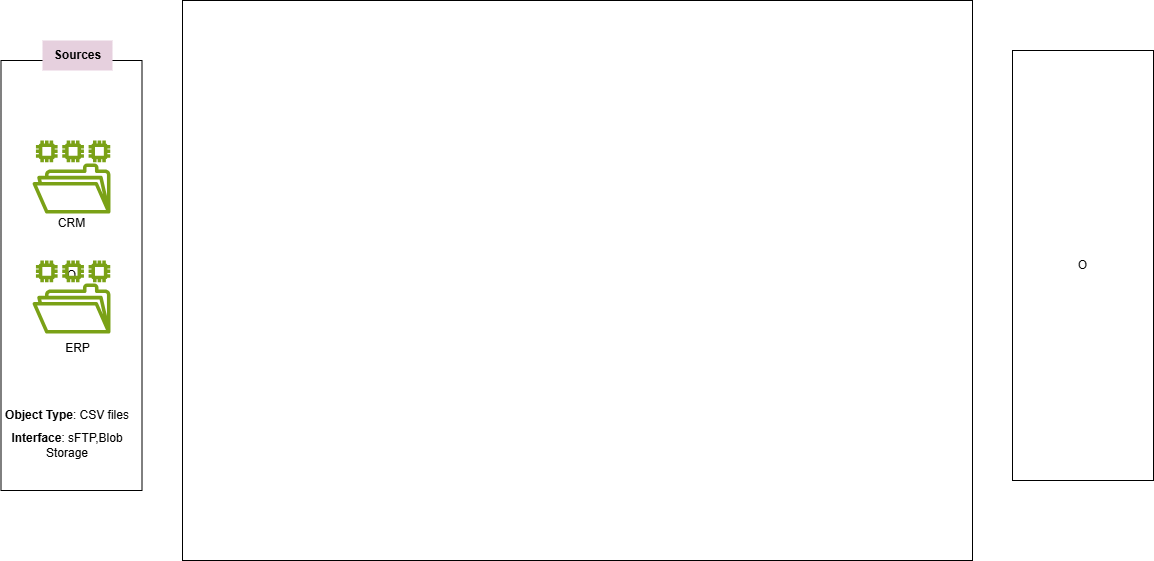
Above: Datawarehouse_Architecture.png in PRAKHER0522/SQL_DATABASE (draw.io), before the change. Source tidied: cells renumbered, new cells last; positions are measured from the earlier drawing's top-left corner, leaving out a move shared by most shapes. Source of this version:
```xml
<mxGraphModel>
  <root>
    <mxCell id="0" />
    <mxCell id="1" parent="0" />
    <mxCell id="2" value="O" style="rounded=0;whiteSpace=wrap;html=1;" parent="1" vertex="1">
      <mxGeometry x="0.5" y="60" width="141" height="430" as="geometry" />
    </mxCell>
    <mxCell id="3" style="sketch=0;fontColor=#232F3E;gradientColor=none;fillColor=#7AA116;strokeColor=none;dashed=0;verticalLabelPosition=bottom;verticalAlign=top;align=center;html=1;fontSize=12;fontStyle=0;shape=mxgraph.aws4.file_system;" parent="1" vertex="1">
      <mxGeometry x="32" y="140" width="78" height="73" as="geometry" />
    </mxCell>
    <mxCell id="4" style="sketch=0;fontColor=#232F3E;gradientColor=none;fillColor=#7AA116;strokeColor=none;dashed=0;verticalLabelPosition=bottom;verticalAlign=top;align=center;html=1;fontSize=12;fontStyle=0;shape=mxgraph.aws4.file_system;" parent="1" vertex="1">
      <mxGeometry x="32" y="260" width="78" height="73" as="geometry" />
    </mxCell>
    <mxCell id="5" value="CRM" style="text;html=1;align=center;verticalAlign=middle;strokeColor=none;fillColor=none;" parent="1" vertex="1">
      <mxGeometry x="46" y="208" width="50" height="30" as="geometry" />
    </mxCell>
    <mxCell id="6" value="ERP" style="text;html=1;align=center;verticalAlign=middle;strokeColor=none;fillColor=none;" parent="1" vertex="1">
      <mxGeometry x="52" y="333" width="50" height="30" as="geometry" />
    </mxCell>
    <mxCell id="7" value="&lt;b&gt;Sources&lt;/b&gt;" style="text;html=1;align=center;verticalAlign=middle;strokeColor=none;fillColor=#E6D0DE;" parent="1" vertex="1">
      <mxGeometry x="42" y="40" width="70" height="30" as="geometry" />
    </mxCell>
    <mxCell id="8" value="&lt;b&gt;Object Type&lt;/b&gt;: CSV files" style="text;strokeColor=none;align=center;fillColor=none;html=1;verticalAlign=middle;whiteSpace=wrap;rounded=0;" parent="1" vertex="1">
      <mxGeometry x="2" y="400" width="130" height="30" as="geometry" />
    </mxCell>
    <mxCell id="9" value="&lt;b&gt;Interface&lt;/b&gt;: sFTP,Blob Storage" style="text;strokeColor=none;align=center;fillColor=none;html=1;verticalAlign=middle;whiteSpace=wrap;rounded=0;" parent="1" vertex="1">
      <mxGeometry x="2" y="430" width="130" height="30" as="geometry" />
    </mxCell>
    <mxCell id="10" style="rounded=0;whiteSpace=wrap;html=1;" parent="1" vertex="1">
      <mxGeometry x="182" width="790" height="560" as="geometry" />
    </mxCell>
    <mxCell id="11" value="O" style="rounded=0;whiteSpace=wrap;html=1;" parent="1" vertex="1">
      <mxGeometry x="1012" y="50" width="141" height="430" as="geometry" />
    </mxCell>
  </root>
</mxGraphModel>
```
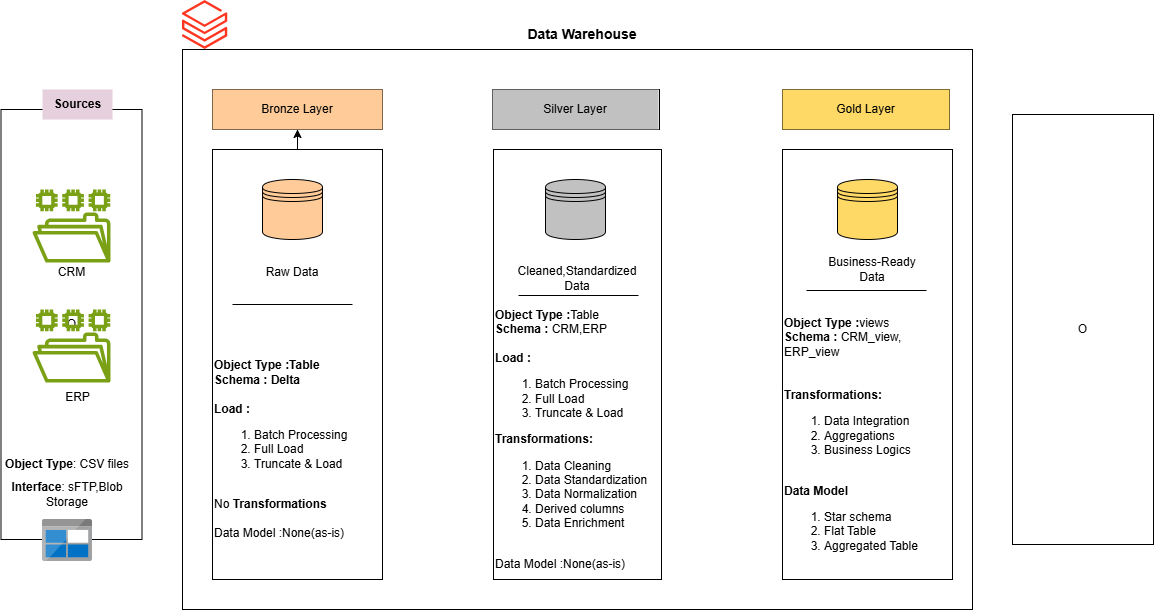
Above is the later version.

Diff of the diagram source:
```diff
@@ -30,7 +30,82 @@
       <mxGeometry x="182" width="790" height="560" as="geometry" />
     </mxCell>
     <mxCell id="11" value="O" style="rounded=0;whiteSpace=wrap;html=1;" parent="1" vertex="1">
-      <mxGeometry x="1012" y="50" width="141" height="430" as="geometry" />
+      <mxGeometry x="1012" y="65" width="141" height="430" as="geometry" />
     </mxCell>
+    <mxCell id="12" style="edgeStyle=orthogonalEdgeStyle;rounded=0;jettySize=auto;html=1;" parent="1" edge="1" source="13" target="16">
+      <mxGeometry relative="1" as="geometry" />
+    </mxCell>
+    <mxCell id="13" style="rounded=0;whiteSpace=wrap;html=1;" parent="1" vertex="1">
+      <mxGeometry x="212" y="100" width="170" height="430" as="geometry" />
+    </mxCell>
+    <mxCell id="14" style="rounded=0;whiteSpace=wrap;html=1;" parent="1" vertex="1">
+      <mxGeometry x="493" y="100" width="168" height="430" as="geometry" />
+    </mxCell>
+    <mxCell id="15" style="rounded=0;whiteSpace=wrap;html=1;" parent="1" vertex="1">
+      <mxGeometry x="782" y="100" width="170" height="430" as="geometry" />
+    </mxCell>
+    <mxCell id="16" style="whiteSpace=wrap;html=1;rounded=0;" parent="1" vertex="1">
+      <mxGeometry x="212" y="40" width="170" height="40" as="geometry" />
+    </mxCell>
+    <mxCell id="17" style="whiteSpace=wrap;html=1;rounded=0;" parent="1" vertex="1">
+      <mxGeometry x="492" y="40" width="167" height="40" as="geometry" />
+    </mxCell>
+    <mxCell id="18" style="whiteSpace=wrap;html=1;rounded=0;" parent="1" vertex="1">
+      <mxGeometry x="782" y="40" width="167" height="40" as="geometry" />
+    </mxCell>
+    <mxCell id="19" value="Bronze Layer" style="text;strokeColor=none;align=center;fillColor=#FFCC99;html=1;verticalAlign=middle;whiteSpace=wrap;rounded=0;" parent="1" vertex="1">
+      <mxGeometry x="212" y="40" width="170" height="40" as="geometry" />
+    </mxCell>
+    <mxCell id="20" value="Silver Layer" style="text;strokeColor=none;align=center;fillColor=#C1C1C1;html=1;verticalAlign=middle;whiteSpace=wrap;rounded=0;" parent="1" vertex="1">
+      <mxGeometry x="492" y="40" width="166" height="40" as="geometry" />
+    </mxCell>
+    <mxCell id="21" value="Gold Layer" style="text;strokeColor=none;align=center;fillColor=#FFD966;html=1;verticalAlign=middle;whiteSpace=wrap;rounded=0;" parent="1" vertex="1">
+      <mxGeometry x="782" y="40" width="167" height="40" as="geometry" />
+    </mxCell>
+    <mxCell id="22" value="&lt;b&gt;&lt;font style=&quot;font-size: 14px;&quot;&gt;Data Warehouse&lt;/font&gt;&lt;/b&gt;" style="text;strokeColor=none;align=center;fillColor=none;html=1;verticalAlign=middle;whiteSpace=wrap;rounded=0;" parent="1" vertex="1">
+      <mxGeometry x="512" y="-30" width="140" height="30" as="geometry" />
+    </mxCell>
+    <mxCell id="23" style="image;html=1;align=center;fontSize=12;image=img/lib/azure2/analytics/Azure_Databricks.svg;" parent="1" vertex="1">
+      <mxGeometry x="182" y="-49" width="45.2" height="49" as="geometry" />
+    </mxCell>
+    <mxCell id="24" style="image;sketch=0;html=1;align=center;fontSize=12;image=img/lib/mscae/BlobBlock.svg;" parent="1" vertex="1">
+      <mxGeometry x="42" y="470" width="50" height="42" as="geometry" />
+    </mxCell>
+    <mxCell id="25" style="shape=datastore;whiteSpace=wrap;html=1;fillColor=#FFCC99;" parent="1" vertex="1">
+      <mxGeometry x="262" y="130" width="60" height="60" as="geometry" />
+    </mxCell>
+    <mxCell id="26" style="shape=datastore;whiteSpace=wrap;html=1;fillColor=#C1C1C1;" parent="1" vertex="1">
+      <mxGeometry x="545" y="130" width="60" height="60" as="geometry" />
+    </mxCell>
+    <mxCell id="27" style="shape=datastore;whiteSpace=wrap;html=1;fillColor=#FFD966;" parent="1" vertex="1">
+      <mxGeometry x="837" y="130" width="60" height="60" as="geometry" />
+    </mxCell>
+    <mxCell id="28" value="Raw Data" style="text;strokeColor=none;align=center;fillColor=none;html=1;verticalAlign=middle;whiteSpace=wrap;rounded=0;" parent="1" vertex="1">
+      <mxGeometry x="262" y="208" width="60" height="30" as="geometry" />
+    </mxCell>
+    <mxCell id="29" value="Cleaned,Standardized Data" style="text;strokeColor=none;align=center;fillColor=none;html=1;verticalAlign=middle;whiteSpace=wrap;rounded=0;" parent="1" vertex="1">
+      <mxGeometry x="512" y="214" width="130" height="30" as="geometry" />
+    </mxCell>
+    <mxCell id="30" value="Business-Ready Data" style="text;strokeColor=none;align=center;fillColor=none;html=1;verticalAlign=middle;whiteSpace=wrap;rounded=0;" parent="1" vertex="1">
+      <mxGeometry x="824" y="205" width="96" height="30" as="geometry" />
+    </mxCell>
+    <mxCell id="31" style="line;strokeWidth=1;dashed=0;labelPosition=right;align=left;verticalAlign=middle;spacingTop=0;spacingLeft=6;" parent="1" vertex="1">
+      <mxGeometry x="232" y="250" width="120" height="10" as="geometry" />
+    </mxCell>
+    <mxCell id="32" style="line;strokeWidth=1;dashed=0;labelPosition=right;align=left;verticalAlign=middle;spacingTop=0;spacingLeft=6;" parent="1" vertex="1">
+      <mxGeometry x="518" y="241" width="120" height="10" as="geometry" />
+    </mxCell>
+    <mxCell id="33" style="line;strokeWidth=1;dashed=0;labelPosition=right;align=left;verticalAlign=middle;spacingTop=0;spacingLeft=6;" parent="1" vertex="1">
+      <mxGeometry x="806" y="236" width="120" height="10" as="geometry" />
+    </mxCell>
+    <mxCell id="34" value="&lt;b&gt;Object Type :Table&lt;/b&gt;&lt;div&gt;&lt;b&gt;Schema : Delta&lt;/b&gt;&lt;/div&gt;&lt;div&gt;&lt;b&gt;&lt;br&gt;&lt;/b&gt;&lt;/div&gt;&lt;div&gt;&lt;b&gt;Load :&lt;/b&gt;&lt;/div&gt;&lt;div style=&quot;&quot;&gt;&lt;ol&gt;&lt;li&gt;Batch Processing&lt;/li&gt;&lt;li&gt;Full Load&lt;/li&gt;&lt;li&gt;Truncate &amp;amp; Load&lt;/li&gt;&lt;/ol&gt;&lt;/div&gt;&lt;div style=&quot;&quot;&gt;&lt;br&gt;&lt;/div&gt;&lt;div style=&quot;&quot;&gt;No &lt;b&gt;Transformations&lt;/b&gt;&lt;/div&gt;&lt;div style=&quot;&quot;&gt;&lt;br&gt;&lt;/div&gt;&lt;div style=&quot;&quot;&gt;Data Model :None(as-is)&lt;/div&gt;" style="text;strokeColor=none;align=left;fillColor=none;html=1;verticalAlign=middle;whiteSpace=wrap;rounded=0;" parent="1" vertex="1">
+      <mxGeometry x="212" y="270" width="170" height="260" as="geometry" />
+    </mxCell>
+    <mxCell id="35" value="&lt;b&gt;Object Type :&lt;/b&gt;Table&lt;div&gt;&lt;b&gt;Schema : &lt;/b&gt;CRM,ERP&lt;/div&gt;&lt;div&gt;&lt;b&gt;&lt;br&gt;&lt;/b&gt;&lt;/div&gt;&lt;div&gt;&lt;b&gt;Load :&lt;/b&gt;&lt;/div&gt;&lt;div style=&quot;&quot;&gt;&lt;ol&gt;&lt;li&gt;Batch Processing&lt;/li&gt;&lt;li&gt;Full Load&lt;/li&gt;&lt;li&gt;Truncate &amp;amp; Load&lt;/li&gt;&lt;/ol&gt;&lt;/div&gt;&lt;div style=&quot;&quot;&gt;&lt;b style=&quot;background-color: transparent; color: light-dark(rgb(0, 0, 0), rgb(255, 255, 255));&quot;&gt;Transformations:&lt;/b&gt;&lt;/div&gt;&lt;div style=&quot;&quot;&gt;&lt;ol&gt;&lt;li&gt;Data Cleaning&lt;/li&gt;&lt;li&gt;Data Standardization&lt;/li&gt;&lt;li&gt;Data Normalization&lt;/li&gt;&lt;li&gt;Derived columns&lt;/li&gt;&lt;li&gt;Data Enrichment&lt;/li&gt;&lt;/ol&gt;&lt;/div&gt;&lt;div style=&quot;&quot;&gt;&lt;br&gt;&lt;/div&gt;&lt;div style=&quot;&quot;&gt;Data Model :None(as-is)&lt;/div&gt;" style="text;strokeColor=none;align=left;fillColor=none;html=1;verticalAlign=middle;whiteSpace=wrap;rounded=0;" parent="1" vertex="1">
+      <mxGeometry x="493" y="250" width="170" height="279" as="geometry" />
+    </mxCell>
+    <mxCell id="36" value="&lt;b&gt;Object Type :&lt;/b&gt;views&lt;div&gt;&lt;b&gt;Schema : &lt;/b&gt;CRM_view, ERP_view&lt;/div&gt;&lt;div&gt;&lt;b&gt;&lt;br&gt;&lt;/b&gt;&lt;/div&gt;&lt;div&gt;&lt;br&gt;&lt;/div&gt;&lt;div style=&quot;&quot;&gt;&lt;b style=&quot;background-color: transparent; color: light-dark(rgb(0, 0, 0), rgb(255, 255, 255));&quot;&gt;Transformations:&lt;/b&gt;&lt;/div&gt;&lt;div style=&quot;&quot;&gt;&lt;ol&gt;&lt;li&gt;Data Integration&lt;/li&gt;&lt;li&gt;Aggregations&lt;/li&gt;&lt;li&gt;Business Logics&lt;/li&gt;&lt;/ol&gt;&lt;/div&gt;&lt;div style=&quot;&quot;&gt;&lt;br&gt;&lt;/div&gt;&lt;div style=&quot;&quot;&gt;&lt;b&gt;Data Model&lt;/b&gt;&amp;nbsp;&lt;/div&gt;&lt;div style=&quot;&quot;&gt;&lt;ol&gt;&lt;li&gt;Star schema&amp;nbsp;&lt;/li&gt;&lt;li&gt;Flat Table&lt;/li&gt;&lt;li&gt;Aggregated Table&lt;/li&gt;&lt;/ol&gt;&lt;/div&gt;" style="text;strokeColor=none;align=left;fillColor=none;html=1;verticalAlign=middle;whiteSpace=wrap;rounded=0;" parent="1" vertex="1">
+      <mxGeometry x="782" y="250" width="170" height="281" as="geometry" />
+    </mxCell>
   </root>
 </mxGraphModel>
```
